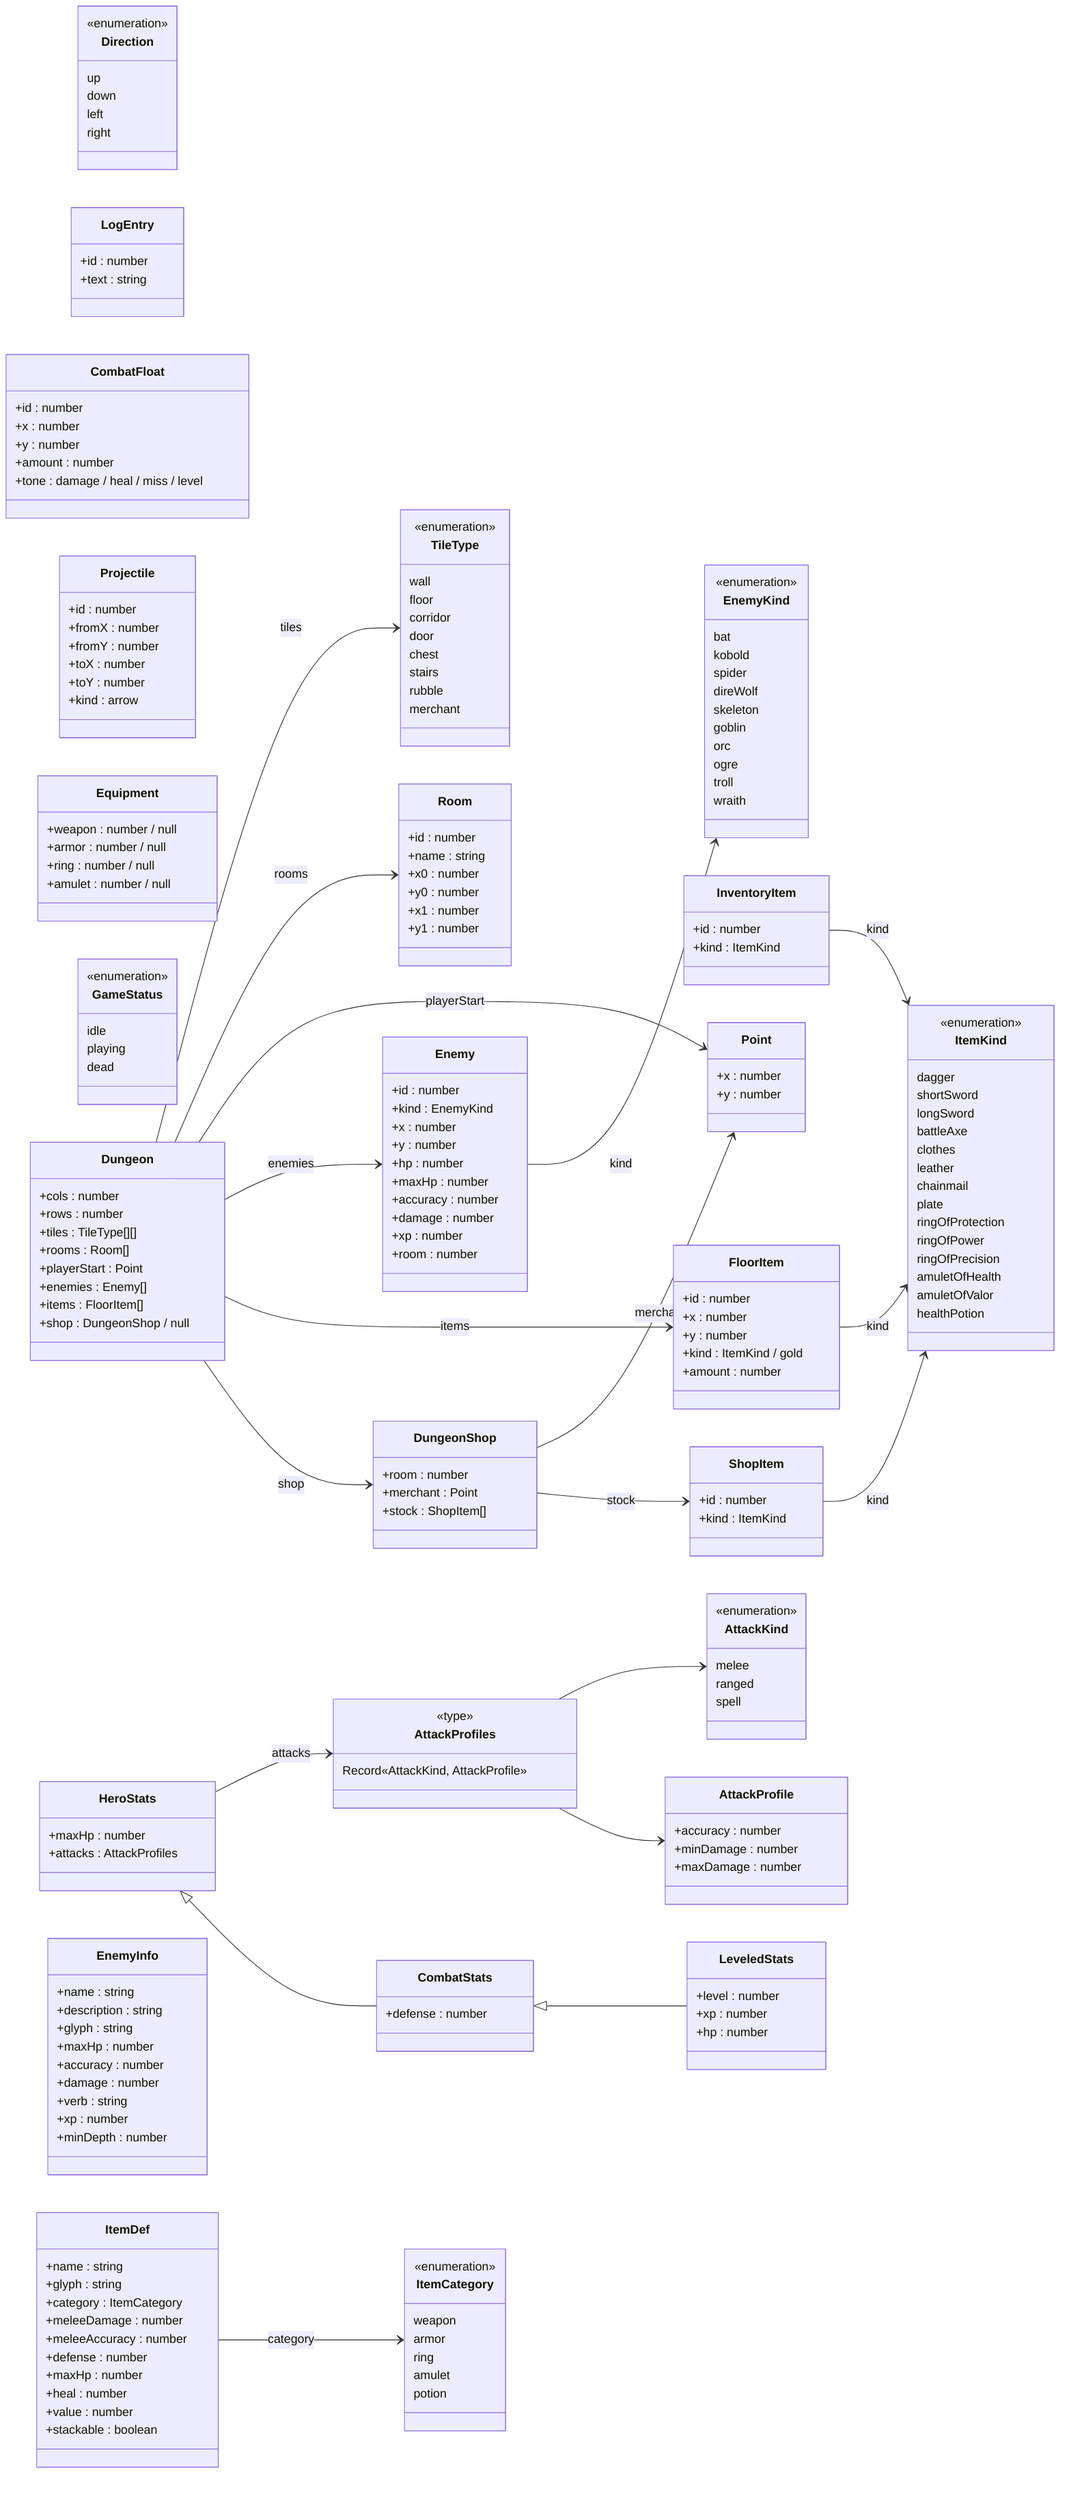
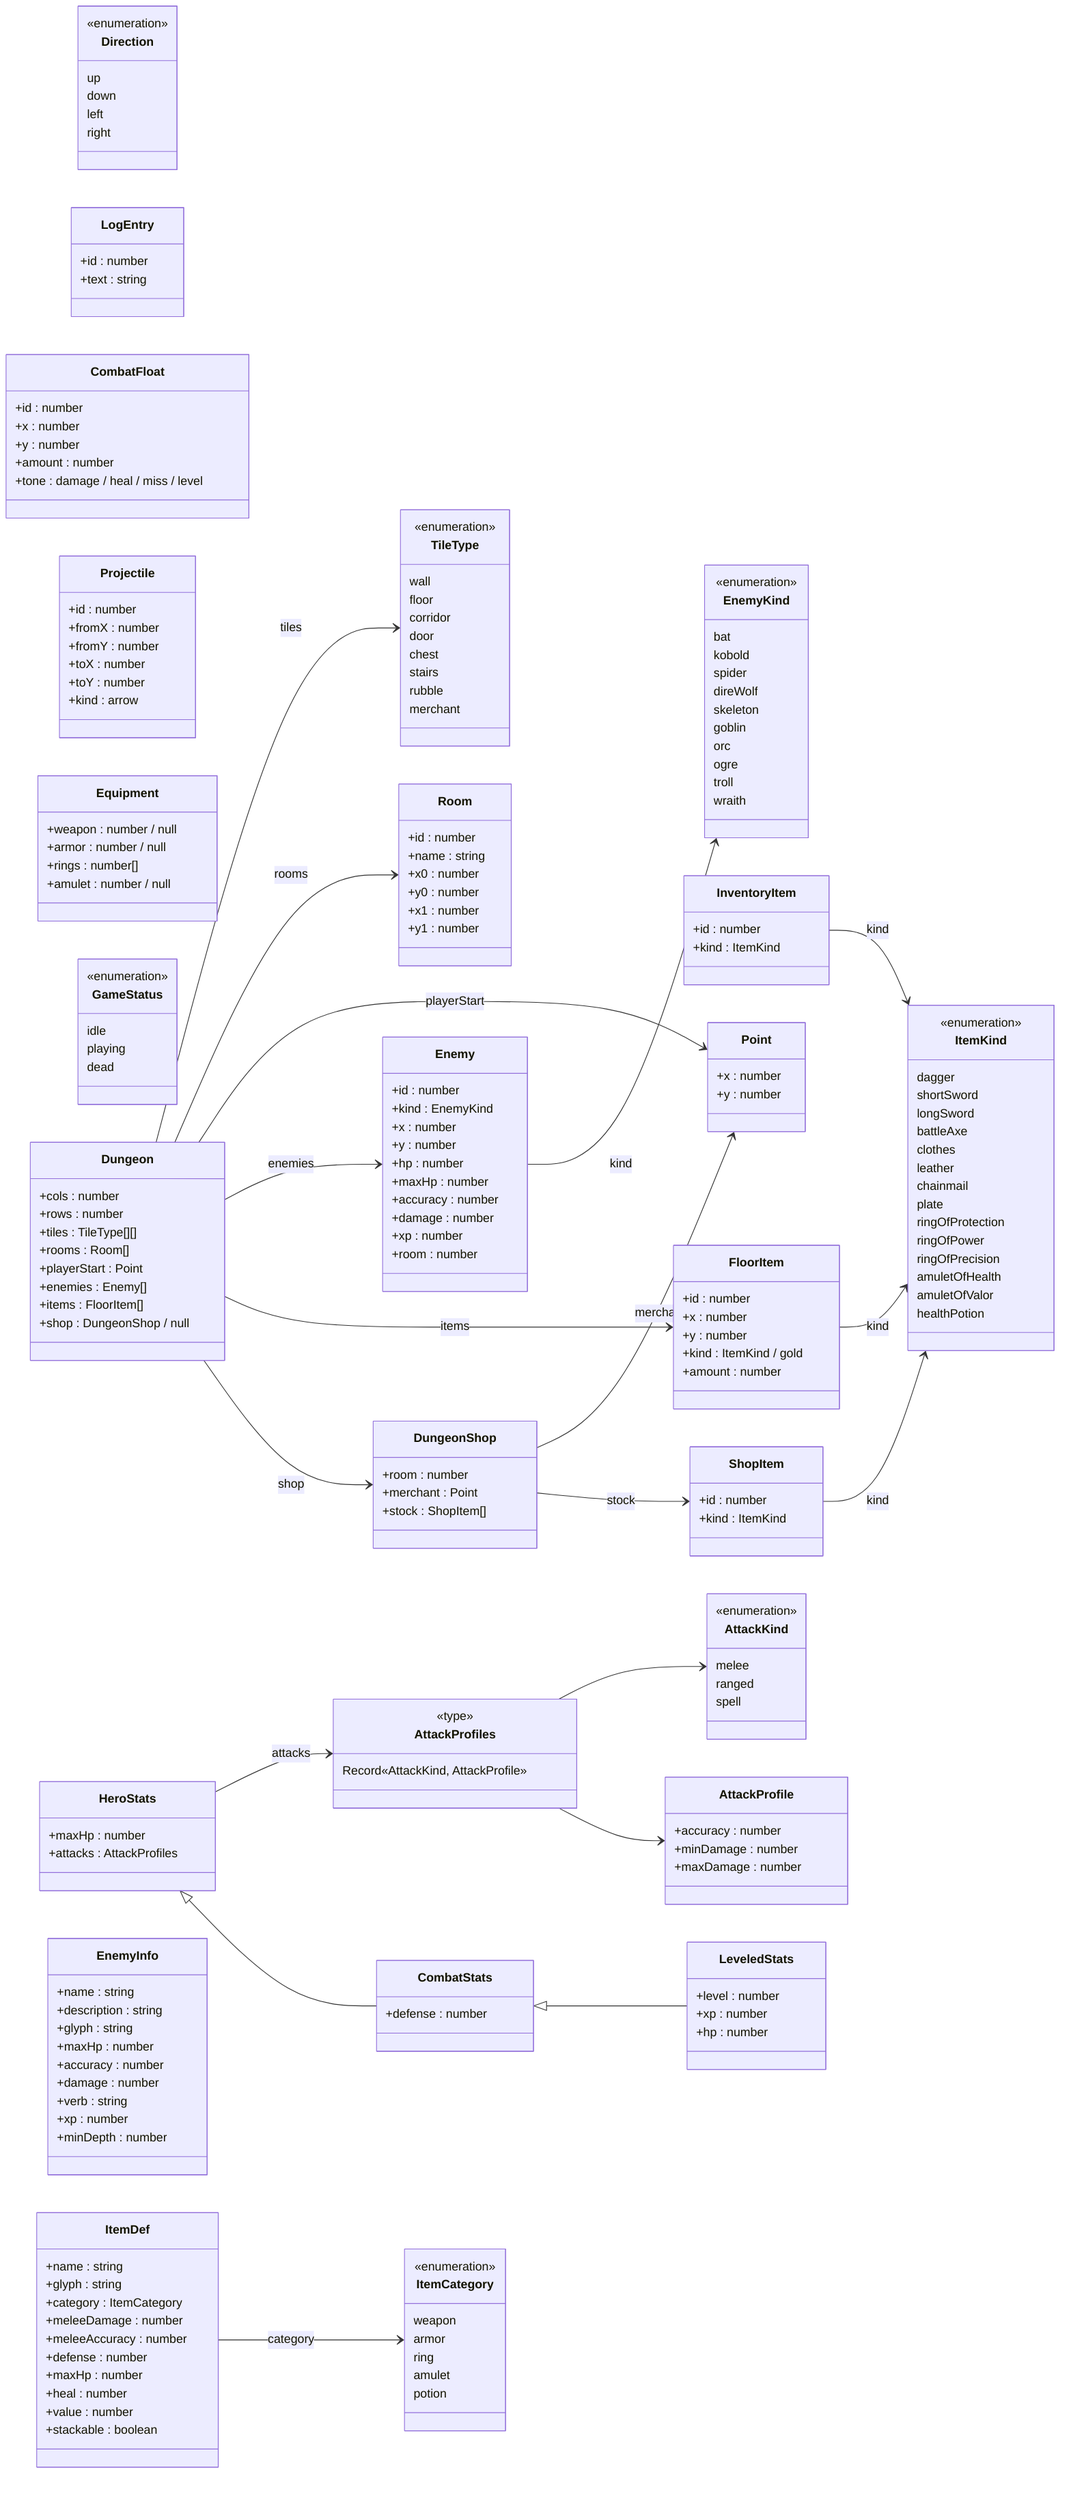
classDiagram
  direction LR
  class Point {
    +x : number
    +y : number
  }
  class Direction {
    <<enumeration>>
    up
    down
    left
    right
  }
  class TileType {
    <<enumeration>>
    wall
    floor
    corridor
    door
    chest
    stairs
    rubble
    merchant
  }
  class Room {
    +id : number
    +name : string
    +x0 : number
    +y0 : number
    +x1 : number
    +y1 : number
  }
  class LogEntry {
    +id : number
    +text : string
  }
  class CombatFloat {
    +id : number
    +x : number
    +y : number
    +amount : number
    +tone : damage / heal / miss / level
  }
  class Projectile {
    +id : number
    +fromX : number
    +fromY : number
    +toX : number
    +toY : number
    +kind : arrow
  }
  class InventoryItem {
    +id : number
    +kind : ItemKind
  }
  class FloorItem {
    +id : number
    +x : number
    +y : number
    +kind : ItemKind / gold
    +amount : number
  }
  class Equipment {
    +weapon : number / null
    +armor : number / null
-     +ring : number / null
+     +rings : number[]
    +amulet : number / null
  }
  class AttackKind {
    <<enumeration>>
    melee
    ranged
    spell
  }
  class AttackProfile {
    +accuracy : number
    +minDamage : number
    +maxDamage : number
  }
  class AttackProfiles {
    <<type>>
    Record«AttackKind, AttackProfile»
  }
  class Enemy {
    +id : number
    +kind : EnemyKind
    +x : number
    +y : number
    +hp : number
    +maxHp : number
    +accuracy : number
    +damage : number
    +xp : number
    +room : number
  }
  class GameStatus {
    <<enumeration>>
    idle
    playing
    dead
  }
  class HeroStats {
    +maxHp : number
    +attacks : AttackProfiles
  }
  class CombatStats {
    +defense : number
  }
  class LeveledStats {
    +level : number
    +xp : number
    +hp : number
  }
  class Dungeon {
    +cols : number
    +rows : number
    +tiles : TileType[][]
    +rooms : Room[]
    +playerStart : Point
    +enemies : Enemy[]
    +items : FloorItem[]
    +shop : DungeonShop / null
  }
  class ShopItem {
    +id : number
    +kind : ItemKind
  }
  class DungeonShop {
    +room : number
    +merchant : Point
    +stock : ShopItem[]
  }
  class EnemyKind {
    <<enumeration>>
    bat
    kobold
    spider
    direWolf
    skeleton
    goblin
    orc
    ogre
    troll
    wraith
  }
  class EnemyInfo {
    +name : string
    +description : string
    +glyph : string
    +maxHp : number
    +accuracy : number
    +damage : number
    +verb : string
    +xp : number
    +minDepth : number
  }
  class ItemCategory {
    <<enumeration>>
    weapon
    armor
    ring
    amulet
    potion
  }
  class ItemKind {
    <<enumeration>>
    dagger
    shortSword
    longSword
    battleAxe
    clothes
    leather
    chainmail
    plate
    ringOfProtection
    ringOfPower
    ringOfPrecision
    amuletOfHealth
    amuletOfValor
    healthPotion
  }
  class ItemDef {
    +name : string
    +glyph : string
    +category : ItemCategory
    +meleeDamage : number
    +meleeAccuracy : number
    +defense : number
    +maxHp : number
    +heal : number
    +value : number
    +stackable : boolean
  }
  InventoryItem --> ItemKind : kind
  FloorItem --> ItemKind : kind
  AttackProfiles --> AttackKind
  AttackProfiles --> AttackProfile
  Enemy --> EnemyKind : kind
  HeroStats --> AttackProfiles : attacks
  HeroStats <|-- CombatStats
  CombatStats <|-- LeveledStats
  Dungeon --> TileType : tiles
  Dungeon --> Room : rooms
  Dungeon --> Point : playerStart
  Dungeon --> Enemy : enemies
  Dungeon --> FloorItem : items
  Dungeon --> DungeonShop : shop
  ShopItem --> ItemKind : kind
  DungeonShop --> Point : merchant
  DungeonShop --> ShopItem : stock
  ItemDef --> ItemCategory : category
